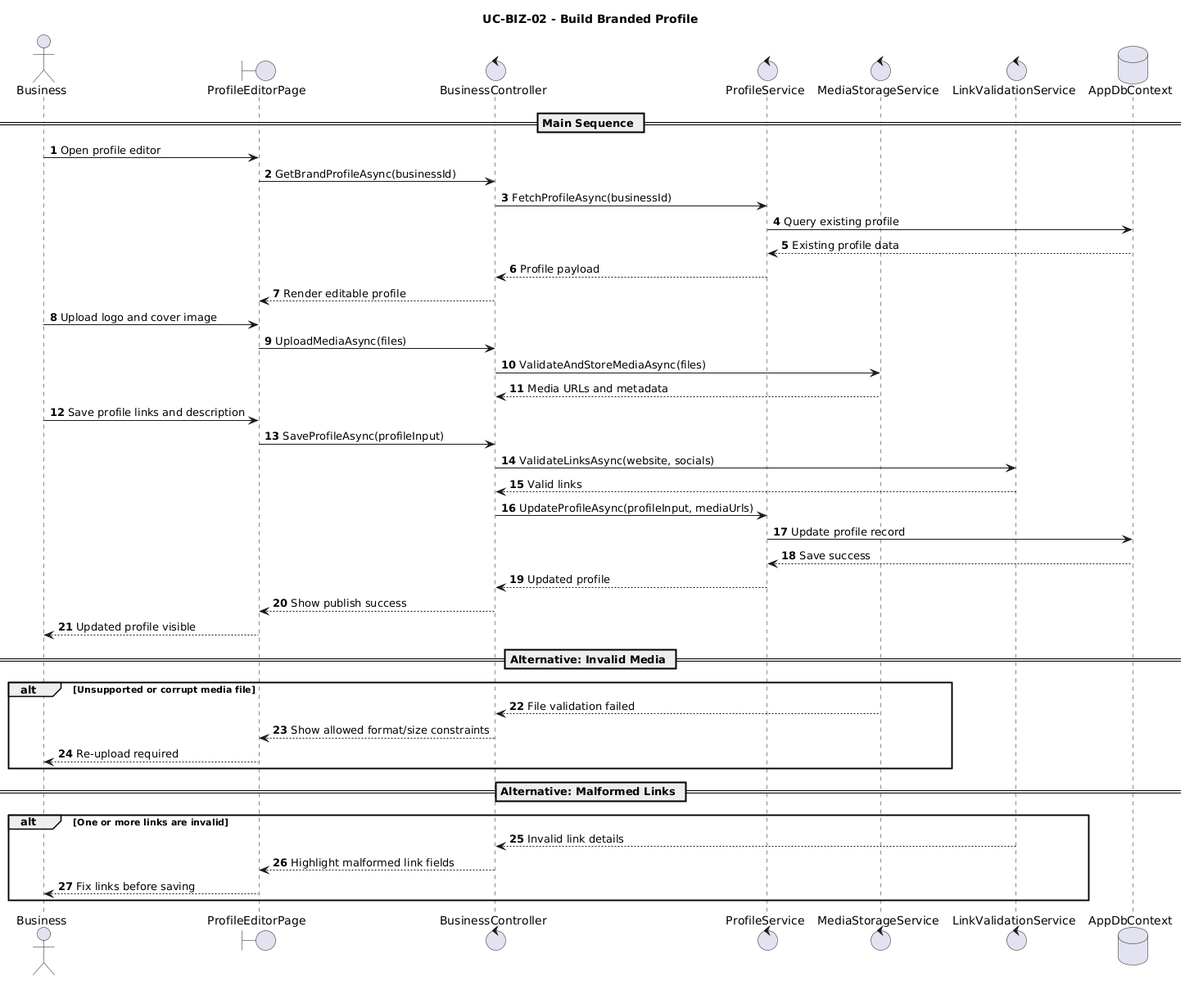
Earlier version of the PlantUML export User Cases/Sequence Diagrams/BusinessRole/BuildBrandedProfile.png (gorge-unc23/4ThePlot).
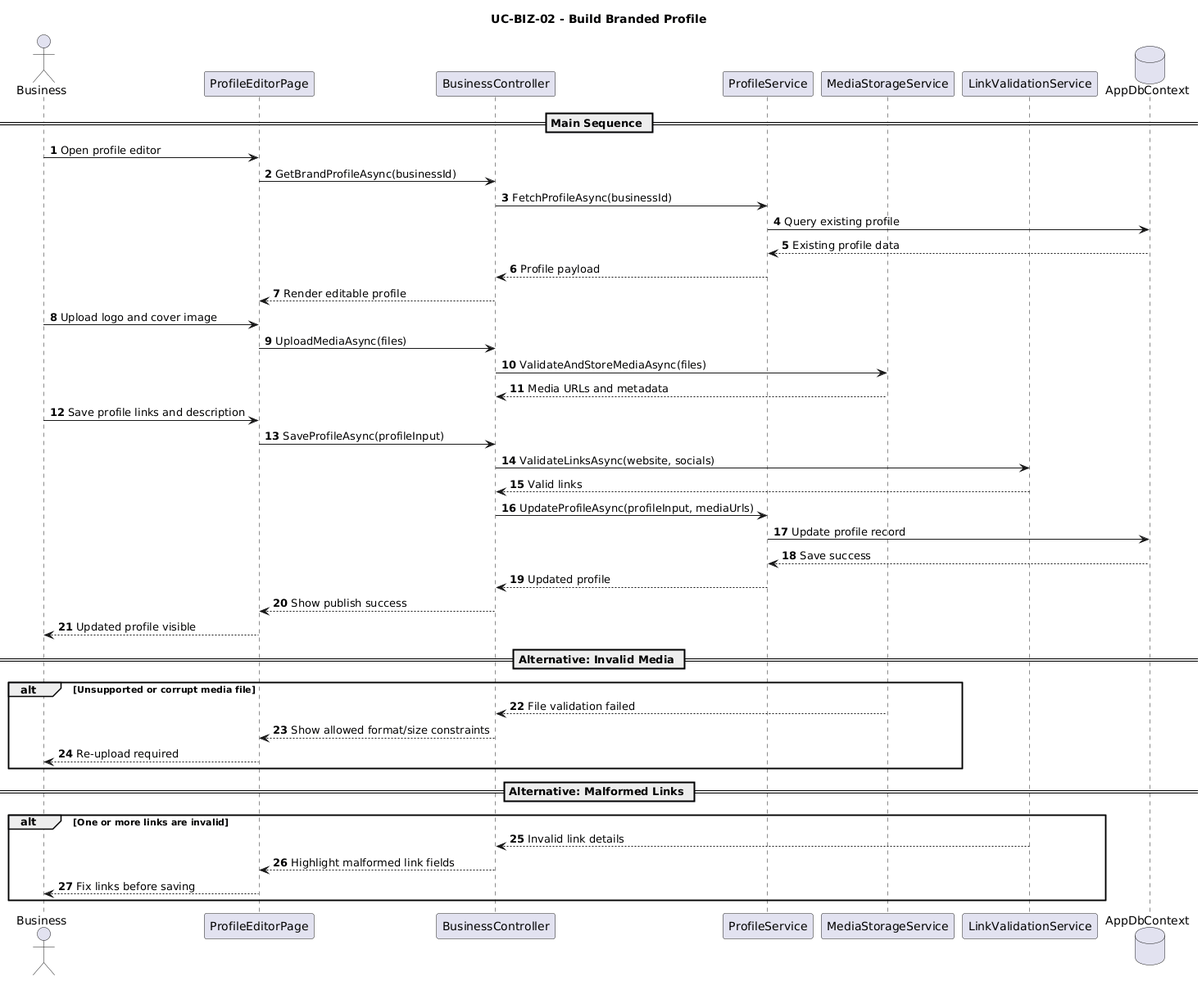
Later version of the same file.

Change to the diagram source:
```diff
@@ -3,11 +3,11 @@
 autonumber
 
 actor Business
-boundary ProfileEditorPage
-control BusinessController
-control ProfileService
-control MediaStorageService
-control LinkValidationService
+participant ProfileEditorPage
+participant BusinessController
+participant ProfileService
+participant MediaStorageService
+participant LinkValidationService
 database AppDbContext
 
 == Main Sequence ==
```
